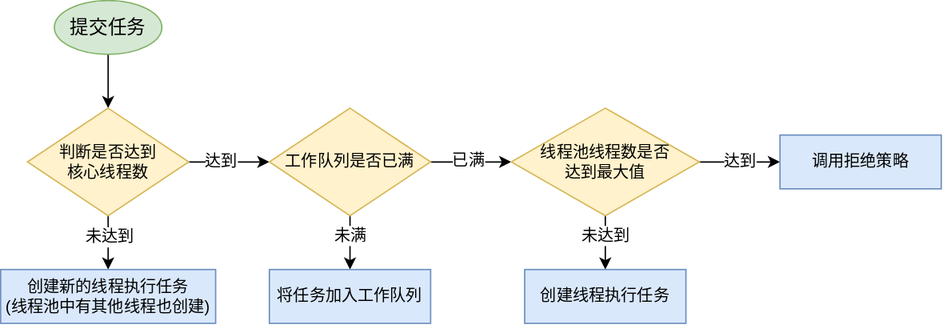
This is Java/JavaSE/多线程/线程池创建线程步骤.drawio.svg from Developer-Tang/notes, a draw.io export, as it was before one commit. Source tidied: cells renumbered, new cells last; positions are measured from the earlier drawing's top-left corner, leaving out a move shared by most shapes.
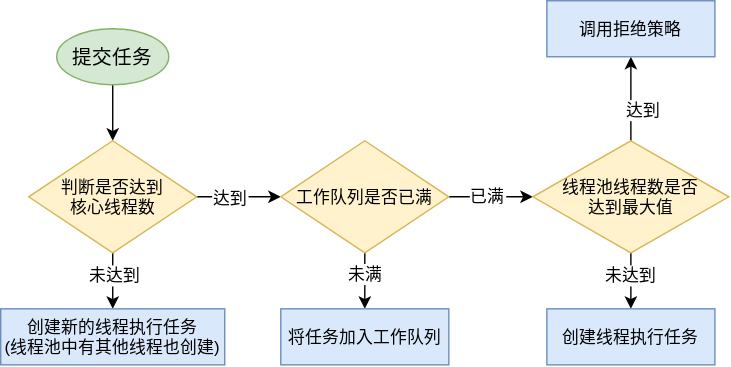
After the commit.

Diff of the diagram source:
```diff
@@ -2,13 +2,13 @@
   <root>
     <mxCell id="0" />
     <mxCell id="1" parent="0" />
-    <mxCell id="2" style="edgeStyle=orthogonalEdgeStyle;rounded=0;jettySize=auto;html=1;fontSize=14;" parent="1" edge="1" source="3" target="8">
+    <mxCell id="2" style="edgeStyle=orthogonalEdgeStyle;rounded=0;jettySize=auto;fontSize=14;" parent="1" edge="1" source="3" target="8">
       <mxGeometry relative="1" as="geometry" />
     </mxCell>
-    <mxCell id="3" value="提交任务" style="ellipse;whiteSpace=wrap;html=1;fontSize=14;fillColor=#d5e8d4;strokeColor=#82b366;" parent="1" vertex="1">
+    <mxCell id="3" value="提交任务" style="ellipse;fontSize=14;fillColor=#d5e8d4;strokeColor=#82b366;" parent="1" vertex="1">
       <mxGeometry x="40" width="80" height="40" as="geometry" />
     </mxCell>
-    <mxCell id="4" style="edgeStyle=orthogonalEdgeStyle;rounded=0;jettySize=auto;html=1;fontSize=12;" parent="1" edge="1" source="8" target="9">
+    <mxCell id="4" style="edgeStyle=orthogonalEdgeStyle;rounded=0;jettySize=auto;fontSize=12;" parent="1" edge="1" source="8" target="9">
       <mxGeometry relative="1" as="geometry">
         <Array as="points">
           <mxPoint x="80" y="170" />
@@ -16,63 +16,63 @@
         </Array>
       </mxGeometry>
     </mxCell>
-    <mxCell id="5" value="未达到" style="edgeLabel;html=1;align=center;verticalAlign=middle;fontSize=12;" parent="4" vertex="1">
+    <mxCell id="5" value="未达到" style="edgeLabel;align=center;verticalAlign=middle;fontSize=12;" parent="4" vertex="1">
       <mxGeometry x="-0.23" y="1" relative="1" as="geometry" />
     </mxCell>
-    <mxCell id="6" style="edgeStyle=orthogonalEdgeStyle;rounded=0;jettySize=auto;html=1;fontSize=12;" parent="1" edge="1" source="8" target="14">
+    <mxCell id="6" style="edgeStyle=orthogonalEdgeStyle;rounded=0;jettySize=auto;fontSize=12;" parent="1" edge="1" source="8" target="14">
       <mxGeometry relative="1" as="geometry" />
     </mxCell>
-    <mxCell id="7" value="达到" style="edgeLabel;html=1;align=center;verticalAlign=middle;fontSize=12;" parent="6" vertex="1">
+    <mxCell id="7" value="达到" style="edgeLabel;align=center;verticalAlign=middle;fontSize=12;" parent="6" vertex="1">
       <mxGeometry x="-0.25" y="1" relative="1" as="geometry">
         <mxPoint x="1" y="1" as="offset" />
       </mxGeometry>
     </mxCell>
-    <mxCell id="8" value="判断是否达到&lt;br style=&quot;font-size: 12px;&quot;&gt;核心线程数" style="rhombus;whiteSpace=wrap;html=1;fontSize=12;strokeColor=#d6b656;fillColor=#fff2cc;" parent="1" vertex="1">
+    <mxCell id="8" value="判断是否达到&#10;核心线程数" style="rhombus;fontSize=12;strokeColor=#d6b656;fillColor=#fff2cc;" parent="1" vertex="1">
       <mxGeometry x="20" y="80" width="120" height="80" as="geometry" />
     </mxCell>
-    <mxCell id="9" value="创建新的线程执行任务&lt;br&gt;(线程池中有其他线程也创建)" style="whiteSpace=wrap;html=1;fontSize=12;strokeColor=#6c8ebf;fillColor=#dae8fc;" parent="1" vertex="1">
+    <mxCell id="9" value="创建新的线程执行任务&#10;(线程池中有其他线程也创建)" style="fontSize=12;strokeColor=#6c8ebf;fillColor=#dae8fc;" parent="1" vertex="1">
       <mxGeometry y="200" width="160" height="40" as="geometry" />
     </mxCell>
-    <mxCell id="10" style="edgeStyle=orthogonalEdgeStyle;rounded=0;jettySize=auto;html=1;fontSize=12;" parent="1" edge="1" source="14" target="19">
+    <mxCell id="10" style="edgeStyle=orthogonalEdgeStyle;rounded=0;jettySize=auto;fontSize=12;" parent="1" edge="1" source="14" target="19">
       <mxGeometry relative="1" as="geometry" />
     </mxCell>
-    <mxCell id="11" value="已满" style="edgeLabel;html=1;align=center;verticalAlign=middle;fontSize=12;" parent="10" vertex="1">
+    <mxCell id="11" value="已满" style="edgeLabel;align=center;verticalAlign=middle;fontSize=12;" parent="10" vertex="1">
       <mxGeometry x="-0.08" y="1" relative="1" as="geometry" />
     </mxCell>
-    <mxCell id="12" style="edgeStyle=orthogonalEdgeStyle;rounded=0;jettySize=auto;html=1;fontSize=12;" parent="1" edge="1" source="14" target="20">
+    <mxCell id="12" style="edgeStyle=orthogonalEdgeStyle;rounded=0;jettySize=auto;fontSize=12;" parent="1" edge="1" source="14" target="20">
       <mxGeometry relative="1" as="geometry" />
     </mxCell>
-    <mxCell id="13" value="未满" style="edgeLabel;html=1;align=center;verticalAlign=middle;fontSize=12;" parent="12" vertex="1">
+    <mxCell id="13" value="未满" style="edgeLabel;align=center;verticalAlign=middle;fontSize=12;" parent="12" vertex="1">
       <mxGeometry x="-0.29" relative="1" as="geometry" />
     </mxCell>
-    <mxCell id="14" value="工作队列是否已满" style="rhombus;whiteSpace=wrap;html=1;strokeColor=#d6b656;fillColor=#fff2cc;" parent="1" vertex="1">
+    <mxCell id="14" value="工作队列是否已满" style="rhombus;strokeColor=#d6b656;fillColor=#fff2cc;" parent="1" vertex="1">
       <mxGeometry x="200" y="80" width="120" height="80" as="geometry" />
     </mxCell>
-    <mxCell id="15" style="edgeStyle=orthogonalEdgeStyle;rounded=0;jettySize=auto;html=1;fontSize=12;" parent="1" edge="1" source="19" target="21">
+    <mxCell id="15" style="edgeStyle=orthogonalEdgeStyle;rounded=0;jettySize=auto;fontSize=12;" parent="1" edge="1" source="19" target="21">
       <mxGeometry relative="1" as="geometry" />
     </mxCell>
-    <mxCell id="16" value="未达到" style="edgeLabel;html=1;align=center;verticalAlign=middle;fontSize=12;" parent="15" vertex="1">
+    <mxCell id="16" value="未达到" style="edgeLabel;align=center;verticalAlign=middle;fontSize=12;" parent="15" vertex="1">
       <mxGeometry x="-0.27" relative="1" as="geometry" />
     </mxCell>
-    <mxCell id="17" style="edgeStyle=orthogonalEdgeStyle;rounded=0;jettySize=auto;html=1;fontSize=12;" parent="1" edge="1" source="19" target="22">
+    <mxCell id="17" style="edgeStyle=orthogonalEdgeStyle;rounded=0;jettySize=auto;fontSize=12;" parent="1" edge="1" source="19" target="22">
       <mxGeometry relative="1" as="geometry" />
     </mxCell>
-    <mxCell id="18" value="达到" style="edgeLabel;html=1;align=center;verticalAlign=middle;fontSize=12;" parent="17" vertex="1">
+    <mxCell id="18" value="达到" style="edgeLabel;align=center;verticalAlign=middle;fontSize=12;" parent="17" vertex="1">
       <mxGeometry x="-0.27" y="-1" relative="1" as="geometry">
         <mxPoint x="8" y="-1" as="offset" />
       </mxGeometry>
     </mxCell>
-    <mxCell id="19" value="线程池线程数是否&lt;br&gt;达到最大值" style="rhombus;whiteSpace=wrap;html=1;strokeColor=#d6b656;fillColor=#fff2cc;" parent="1" vertex="1">
+    <mxCell id="19" value="线程池线程数是否&#10;达到最大值" style="rhombus;strokeColor=#d6b656;fillColor=#fff2cc;" parent="1" vertex="1">
       <mxGeometry x="380" y="80" width="140" height="80" as="geometry" />
     </mxCell>
-    <mxCell id="20" value="将任务加入工作队列" style="whiteSpace=wrap;html=1;strokeColor=#6c8ebf;fillColor=#dae8fc;" parent="1" vertex="1">
+    <mxCell id="20" value="将任务加入工作队列" style="strokeColor=#6c8ebf;fillColor=#dae8fc;" parent="1" vertex="1">
       <mxGeometry x="200" y="200" width="120" height="40" as="geometry" />
     </mxCell>
-    <mxCell id="21" value="创建线程执行任务" style="whiteSpace=wrap;html=1;strokeColor=#6c8ebf;fillColor=#dae8fc;" parent="1" vertex="1">
+    <mxCell id="21" value="创建线程执行任务" style="strokeColor=#6c8ebf;fillColor=#dae8fc;" parent="1" vertex="1">
       <mxGeometry x="390" y="200" width="120" height="40" as="geometry" />
     </mxCell>
-    <mxCell id="22" value="调用拒绝策略" style="whiteSpace=wrap;html=1;strokeColor=#6c8ebf;fillColor=#dae8fc;" parent="1" vertex="1">
-      <mxGeometry x="580" y="100" width="120" height="40" as="geometry" />
+    <mxCell id="22" value="调用拒绝策略" style="strokeColor=#6c8ebf;fillColor=#dae8fc;" parent="1" vertex="1">
+      <mxGeometry x="390" y="-20" width="120" height="40" as="geometry" />
     </mxCell>
   </root>
 </mxGraphModel>
```
